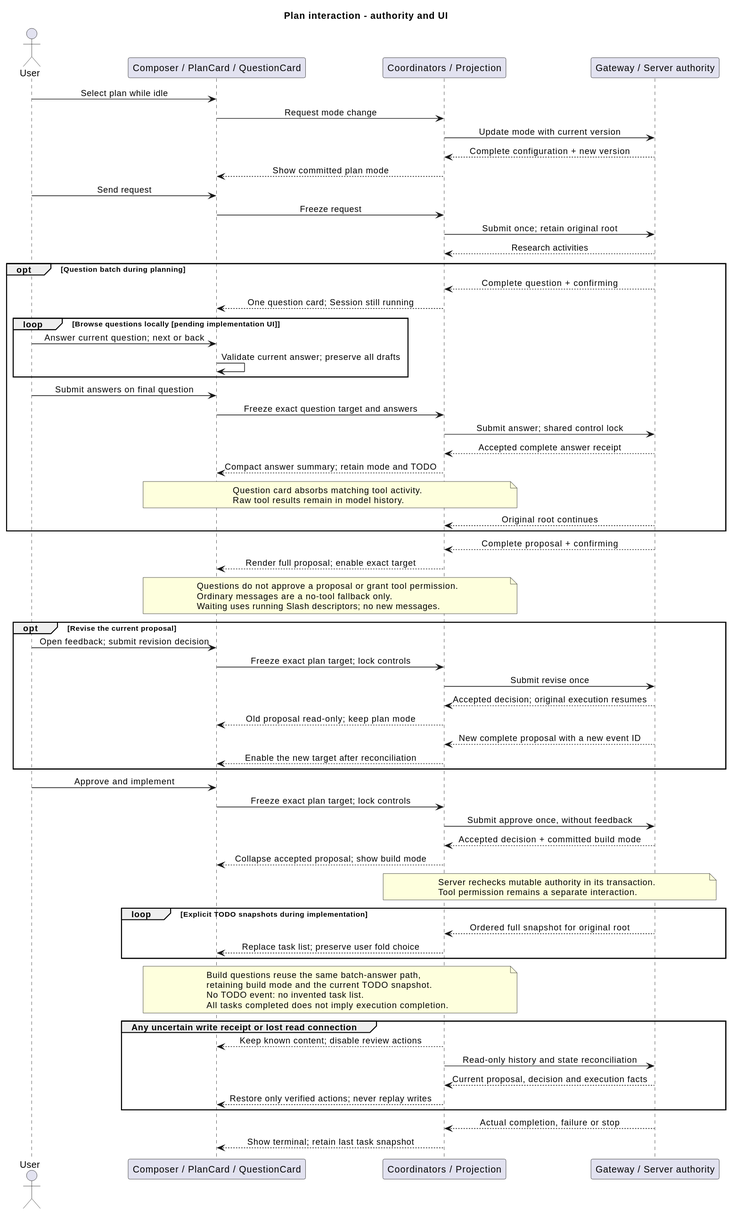
Above: 07-前端设计/技术设计/target_plan_interaction.svg in ssm0808/pi-mono-java-design (PlantUML), before the change.
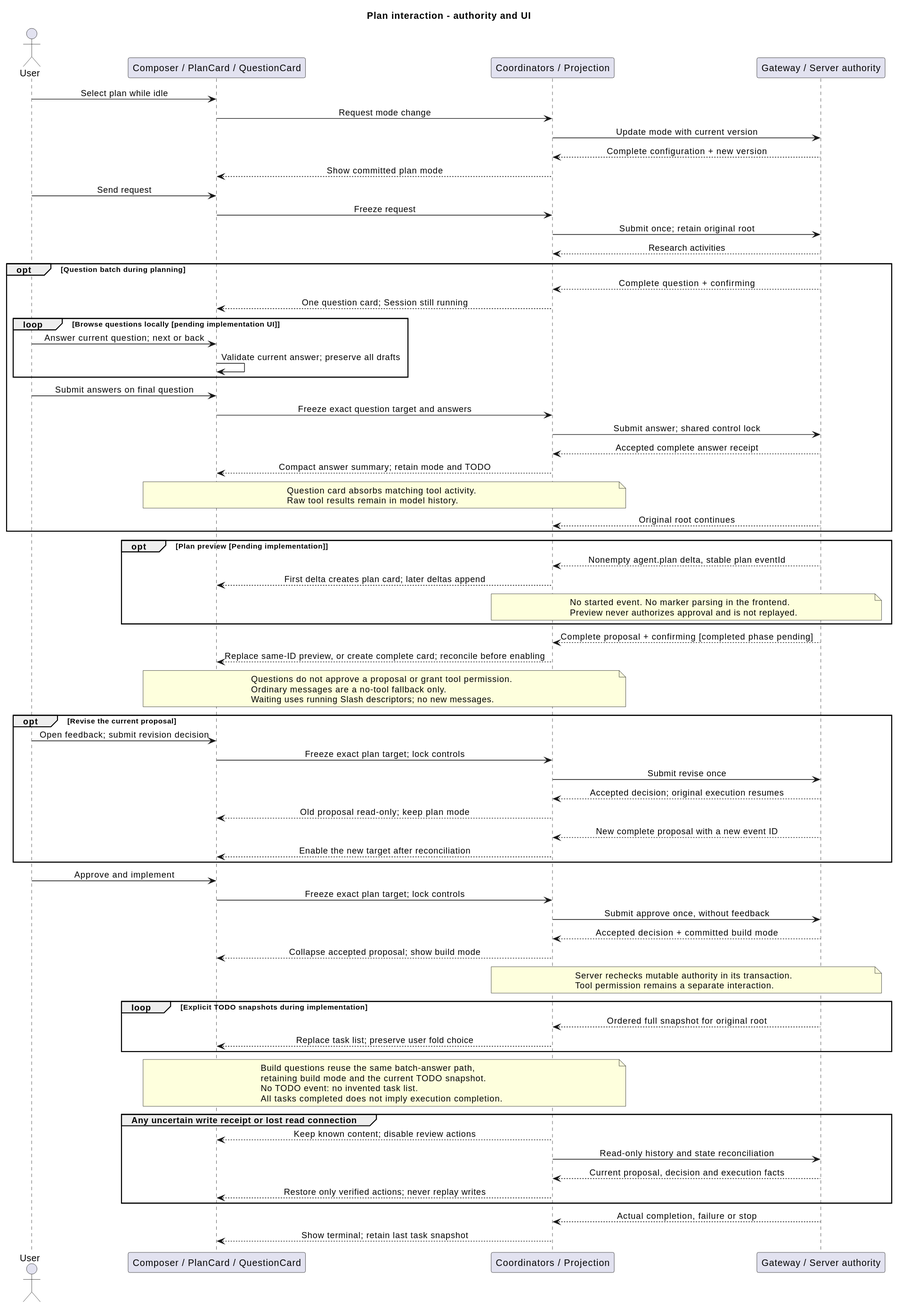
The same diagram one commit later.

Diff of the diagram source:
```diff
@@ -35,8 +35,16 @@
   end note
   API --> State : Original root continues
 end
-API --> State : Complete proposal + confirming
-State --> UI : Render full proposal; enable exact target
+opt Plan preview [Pending implementation]
+  API --> State : Nonempty agent.plan delta, stable plan eventId
+  State --> UI : First delta creates plan card; later deltas append
+  note over State, API
+    No started event. No marker parsing in the frontend.
+    Preview never authorizes approval and is not replayed.
+  end note
+end
+API --> State : Complete proposal + confirming [completed phase pending]
+State --> UI : Replace same-ID preview, or create complete card; reconcile before enabling
 note over UI, State
   Questions do not approve a proposal or grant tool permission.
   Ordinary messages are a no-tool fallback only.
```
